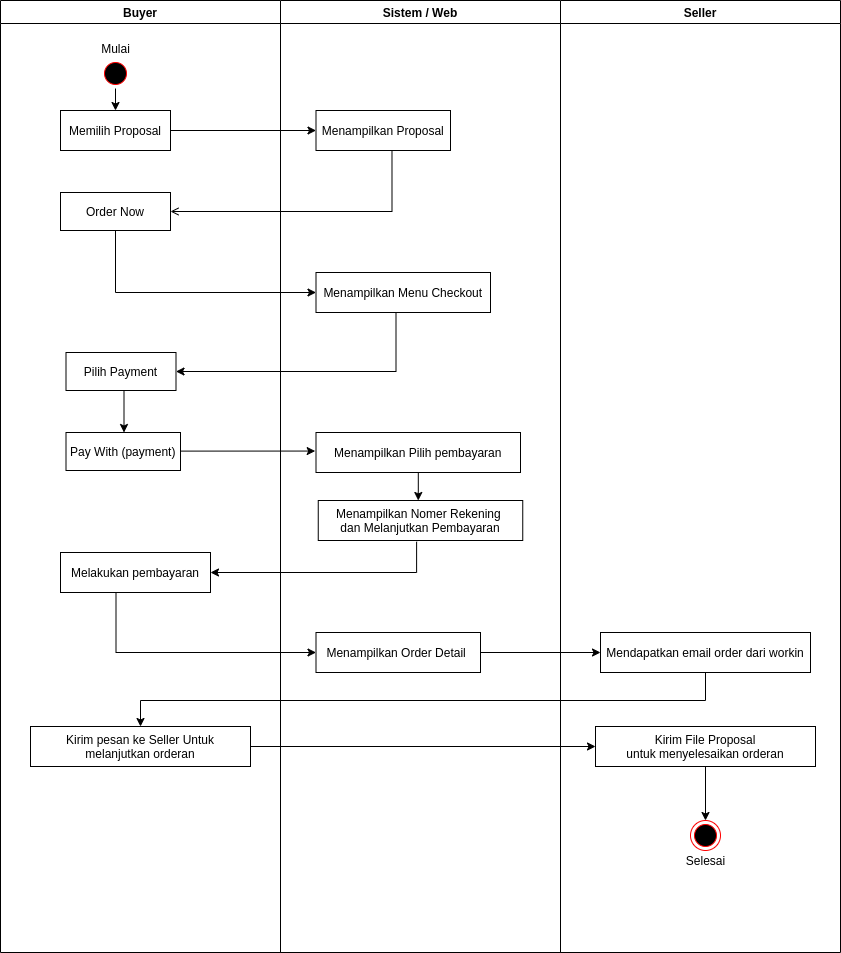
Above: Payment.png in ahmadfaqih-dev/Flowchart (draw.io), before the change. Source tidied: cells renumbered, new cells last; positions are measured from the earlier drawing's top-left corner, leaving out a move shared by most shapes.
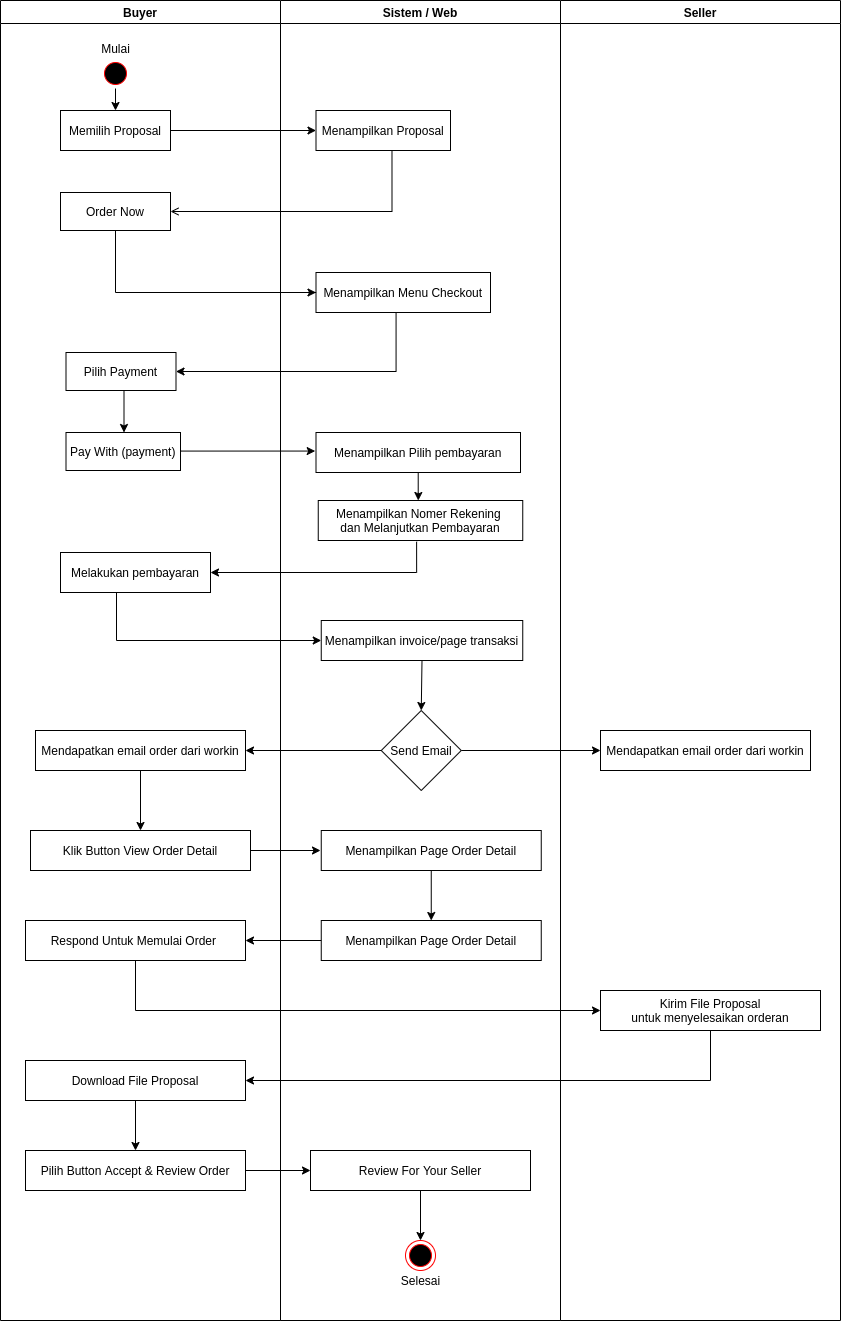
After the commit.

Diff of the diagram source:
```diff
@@ -3,7 +3,7 @@
     <mxCell id="0" />
     <mxCell id="1" parent="0" />
     <mxCell id="2" value="Buyer" style="swimlane;whiteSpace=wrap;" parent="1" vertex="1">
-      <mxGeometry width="280" height="952" as="geometry" />
+      <mxGeometry width="280" height="1320" as="geometry" />
     </mxCell>
     <mxCell id="3" style="edgeStyle=orthogonalEdgeStyle;rounded=0;jettySize=auto;html=1;entryX=0.5;entryY=0;entryDx=0;entryDy=0;" parent="2" edge="1" source="4" target="5">
       <mxGeometry relative="1" as="geometry" />
@@ -34,14 +34,37 @@
     <mxCell id="10" value="Melakukan pembayaran" parent="2" vertex="1">
       <mxGeometry x="60" y="552" width="150" height="40" as="geometry" />
     </mxCell>
+    <mxCell id="12" value="Mulai" style="text;html=1;align=center;verticalAlign=middle;" parent="2" vertex="1">
+      <mxGeometry x="95" y="38" width="40" height="20" as="geometry" />
+    </mxCell>
+    <mxCell id="38" value="Mendapatkan email order dari workin" parent="2" vertex="1">
+      <mxGeometry x="35" y="730" width="210" height="40" as="geometry" />
+    </mxCell>
-    <mxCell id="11" value="Kirim pesan ke Seller Untuk &#10;melanjutkan orderan" parent="2" vertex="1">
-      <mxGeometry x="30" y="726" width="220" height="40" as="geometry" />
+    <mxCell id="11" value="Klik Button View Order Detail" parent="2" vertex="1">
+      <mxGeometry x="30" y="830" width="220" height="40" as="geometry" />
     </mxCell>
-    <mxCell id="12" value="Mulai" style="text;html=1;align=center;verticalAlign=middle;" parent="2" vertex="1">
-      <mxGeometry x="95" y="38" width="40" height="20" as="geometry" />
-    </mxCell>
+    <mxCell id="39" style="edgeStyle=orthogonalEdgeStyle;rounded=0;jettySize=auto;html=1;entryX=0.5;entryY=0;entryDx=0;entryDy=0;" parent="2" edge="1" source="38" target="11">
+      <mxGeometry relative="1" as="geometry">
+        <Array as="points">
+          <mxPoint x="140" y="770" />
+          <mxPoint x="140" y="770" />
+        </Array>
+      </mxGeometry>
+    </mxCell>
+    <mxCell id="40" value="Respond Untuk Memulai Order " parent="2" vertex="1">
+      <mxGeometry x="25" y="920" width="220" height="40" as="geometry" />
+    </mxCell>
+    <mxCell id="41" style="edgeStyle=orthogonalEdgeStyle;rounded=0;jettySize=auto;html=1;entryX=0.5;entryY=0;entryDx=0;entryDy=0;" parent="2" edge="1" source="42" target="43">
+      <mxGeometry relative="1" as="geometry" />
+    </mxCell>
+    <mxCell id="42" value="Download File Proposal" parent="2" vertex="1">
+      <mxGeometry x="25" y="1060" width="220" height="40" as="geometry" />
+    </mxCell>
+    <mxCell id="43" value="Pilih Button Accept &amp; Review Order" parent="2" vertex="1">
+      <mxGeometry x="25" y="1150" width="220" height="40" as="geometry" />
+    </mxCell>
     <mxCell id="13" value="Sistem / Web" style="swimlane;whiteSpace=wrap;startSize=23;" parent="1" vertex="1">
-      <mxGeometry x="280" width="280" height="952" as="geometry" />
+      <mxGeometry x="280" width="280" height="1320" as="geometry" />
     </mxCell>
     <mxCell id="14" value="Menampilkan Proposal" parent="13" vertex="1">
       <mxGeometry x="35.5" y="110" width="134.5" height="40" as="geometry" />
@@ -57,8 +80,15 @@
     <mxCell id="17" value="Menampilkan Pilih pembayaran" parent="13" vertex="1">
       <mxGeometry x="35.5" y="432" width="204.5" height="40" as="geometry" />
     </mxCell>
+    <mxCell id="44" style="edgeStyle=orthogonalEdgeStyle;rounded=0;jettySize=auto;html=1;entryX=0.5;entryY=0;entryDx=0;entryDy=0;exitX=0.5;exitY=1;exitDx=0;exitDy=0;" parent="13" edge="1" source="18" target="45">
+      <mxGeometry relative="1" as="geometry">
+        <Array as="points">
+          <mxPoint x="141" y="660" />
+        </Array>
+      </mxGeometry>
+    </mxCell>
-    <mxCell id="18" value="Menampilkan Order Detail " parent="13" vertex="1">
-      <mxGeometry x="35.5" y="632" width="164.5" height="40" as="geometry" />
+    <mxCell id="18" value="Menampilkan invoice/page transaksi" parent="13" vertex="1">
+      <mxGeometry x="40.8" y="620" width="201.5" height="40" as="geometry" />
     </mxCell>
     <mxCell id="19" value="Menampilkan Nomer Rekening &#10;dan Melanjutkan Pembayaran" parent="13" vertex="1">
       <mxGeometry x="37.8" y="500" width="204.5" height="40" as="geometry" />
@@ -66,8 +96,29 @@
     <mxCell id="20" style="edgeStyle=orthogonalEdgeStyle;rounded=0;jettySize=auto;html=1;entryX=0.489;entryY=0;entryDx=0;entryDy=0;entryPerimeter=0;" parent="13" edge="1" source="17" target="19">
       <mxGeometry relative="1" as="geometry" />
     </mxCell>
+    <mxCell id="45" value="Send Email" style="rhombus;whiteSpace=wrap;html=1;" parent="13" vertex="1">
+      <mxGeometry x="100.8" y="710" width="80" height="80" as="geometry" />
+    </mxCell>
+    <mxCell id="46" style="edgeStyle=orthogonalEdgeStyle;rounded=0;jettySize=auto;html=1;entryX=0.5;entryY=0;entryDx=0;entryDy=0;" parent="13" edge="1" source="47" target="48">
+      <mxGeometry relative="1" as="geometry" />
+    </mxCell>
+    <mxCell id="47" value="Menampilkan Page Order Detail" parent="13" vertex="1">
+      <mxGeometry x="40.8" y="830" width="220" height="40" as="geometry" />
+    </mxCell>
+    <mxCell id="48" value="Menampilkan Page Order Detail" parent="13" vertex="1">
+      <mxGeometry x="40.8" y="920" width="220" height="40" as="geometry" />
+    </mxCell>
+    <mxCell id="49" style="edgeStyle=orthogonalEdgeStyle;rounded=0;jettySize=auto;html=1;entryX=0.5;entryY=0;entryDx=0;entryDy=0;" parent="13" edge="1" source="50" target="26">
+      <mxGeometry relative="1" as="geometry" />
+    </mxCell>
+    <mxCell id="50" value="Review For Your Seller" parent="13" vertex="1">
+      <mxGeometry x="30" y="1150" width="220" height="40" as="geometry" />
+    </mxCell>
+    <mxCell id="26" style="ellipse;shape=endState;fillColor=#000000;strokeColor=#ff0000;" parent="13" vertex="1">
+      <mxGeometry x="125" y="1240" width="30" height="30" as="geometry" />
+    </mxCell>
     <mxCell id="21" value="Seller" style="swimlane;whiteSpace=wrap;startSize=23;" parent="1" vertex="1">
-      <mxGeometry x="560" width="280" height="952" as="geometry" />
+      <mxGeometry x="560" width="280" height="1320" as="geometry" />
     </mxCell>
     <mxCell id="22" style="endArrow=open;strokeColor=#FF0000;endFill=1;rounded=0;" parent="21" edge="1">
       <mxGeometry relative="1" as="geometry">
@@ -75,26 +126,11 @@
       </mxGeometry>
     </mxCell>
     <mxCell id="23" value="Mendapatkan email order dari workin" parent="21" vertex="1">
-      <mxGeometry x="40" y="632" width="210" height="40" as="geometry" />
+      <mxGeometry x="40" y="730" width="210" height="40" as="geometry" />
     </mxCell>
-    <mxCell id="24" style="edgeStyle=orthogonalEdgeStyle;rounded=0;orthogonalLoop=1;jettySize=auto;html=1;entryX=0.5;entryY=0;entryDx=0;entryDy=0;strokeColor=#000000;" parent="21" edge="1">
-      <mxGeometry relative="1" as="geometry">
-        <mxPoint x="144" y="766" as="sourcePoint" />
-        <mxPoint x="145" y="820" as="targetPoint" />
-        <Array as="points">
-          <mxPoint x="145" y="766" />
-        </Array>
-      </mxGeometry>
-    </mxCell>
     <mxCell id="25" value="Kirim File Proposal &#10;untuk menyelesaikan orderan" parent="21" vertex="1">
-      <mxGeometry x="35" y="726" width="220" height="40" as="geometry" />
+      <mxGeometry x="40" y="990" width="220" height="40" as="geometry" />
     </mxCell>
-    <mxCell id="26" style="ellipse;shape=endState;fillColor=#000000;strokeColor=#ff0000;" parent="21" vertex="1">
-      <mxGeometry x="130" y="820" width="30" height="30" as="geometry" />
-    </mxCell>
-    <mxCell id="27" value="Selesai" style="text;html=1;align=center;verticalAlign=middle;" parent="21" vertex="1">
-      <mxGeometry x="120" y="850" width="50" height="20" as="geometry" />
-    </mxCell>
     <mxCell id="28" style="endArrow=open;endFill=1;rounded=0;entryX=1;entryY=0.5;entryDx=0;entryDy=0;exitX=0.565;exitY=1;exitDx=0;exitDy=0;exitPerimeter=0;" parent="1" edge="1" source="14" target="6">
       <mxGeometry relative="1" as="geometry">
         <Array as="points">
@@ -139,23 +175,43 @@
     <mxCell id="34" style="edgeStyle=orthogonalEdgeStyle;rounded=0;jettySize=auto;html=1;entryX=0;entryY=0.5;entryDx=0;entryDy=0;strokeColor=#000000;" parent="1" edge="1" source="10" target="18">
       <mxGeometry relative="1" as="geometry">
         <Array as="points">
-          <mxPoint x="115.5" y="652" />
+          <mxPoint x="116" y="640" />
         </Array>
       </mxGeometry>
     </mxCell>
-    <mxCell id="35" style="edgeStyle=orthogonalEdgeStyle;rounded=0;jettySize=auto;html=1;entryX=0;entryY=0.5;entryDx=0;entryDy=0;strokeColor=#000000;" parent="1" edge="1" source="18" target="23">
-      <mxGeometry relative="1" as="geometry" />
-    </mxCell>
-    <mxCell id="36" style="edgeStyle=orthogonalEdgeStyle;rounded=0;jettySize=auto;html=1;strokeColor=#000000;" parent="1" edge="1" source="23" target="11">
-      <mxGeometry relative="1" as="geometry">
-        <Array as="points">
-          <mxPoint x="705" y="700" />
-          <mxPoint x="140" y="700" />
-        </Array>
-      </mxGeometry>
-    </mxCell>
-    <mxCell id="37" style="edgeStyle=orthogonalEdgeStyle;rounded=0;jettySize=auto;html=1;entryX=0;entryY=0.5;entryDx=0;entryDy=0;strokeColor=#000000;" parent="1" edge="1" source="11" target="25">
-      <mxGeometry relative="1" as="geometry" />
-    </mxCell>
+    <mxCell id="51" style="edgeStyle=orthogonalEdgeStyle;rounded=0;jettySize=auto;html=1;entryX=0;entryY=0.5;entryDx=0;entryDy=0;" parent="1" edge="1" source="45" target="23">
+      <mxGeometry relative="1" as="geometry" />
+    </mxCell>
+    <mxCell id="52" style="edgeStyle=orthogonalEdgeStyle;rounded=0;jettySize=auto;html=1;entryX=1;entryY=0.5;entryDx=0;entryDy=0;" parent="1" edge="1" source="45" target="38">
+      <mxGeometry relative="1" as="geometry" />
+    </mxCell>
+    <mxCell id="53" style="edgeStyle=orthogonalEdgeStyle;rounded=0;jettySize=auto;html=1;" parent="1" edge="1" source="11">
+      <mxGeometry relative="1" as="geometry">
+        <mxPoint x="320" y="850" as="targetPoint" />
+      </mxGeometry>
+    </mxCell>
+    <mxCell id="54" style="edgeStyle=orthogonalEdgeStyle;rounded=0;jettySize=auto;html=1;" parent="1" edge="1" source="48" target="40">
+      <mxGeometry relative="1" as="geometry" />
+    </mxCell>
+    <mxCell id="55" style="edgeStyle=orthogonalEdgeStyle;rounded=0;jettySize=auto;html=1;" parent="1" edge="1" source="40" target="25">
+      <mxGeometry relative="1" as="geometry">
+        <Array as="points">
+          <mxPoint x="135" y="1010" />
+        </Array>
+      </mxGeometry>
+    </mxCell>
+    <mxCell id="56" style="edgeStyle=orthogonalEdgeStyle;rounded=0;jettySize=auto;html=1;entryX=1;entryY=0.5;entryDx=0;entryDy=0;" parent="1" edge="1" source="25" target="42">
+      <mxGeometry relative="1" as="geometry">
+        <Array as="points">
+          <mxPoint x="710" y="1080" />
+        </Array>
+      </mxGeometry>
+    </mxCell>
+    <mxCell id="57" style="edgeStyle=orthogonalEdgeStyle;rounded=0;jettySize=auto;html=1;entryX=0;entryY=0.5;entryDx=0;entryDy=0;" parent="1" edge="1" source="43" target="50">
+      <mxGeometry relative="1" as="geometry" />
+    </mxCell>
+    <mxCell id="27" value="Selesai" style="text;html=1;align=center;verticalAlign=middle;" parent="1" vertex="1">
+      <mxGeometry x="395" y="1270" width="50" height="20" as="geometry" />
+    </mxCell>
   </root>
 </mxGraphModel>
```
